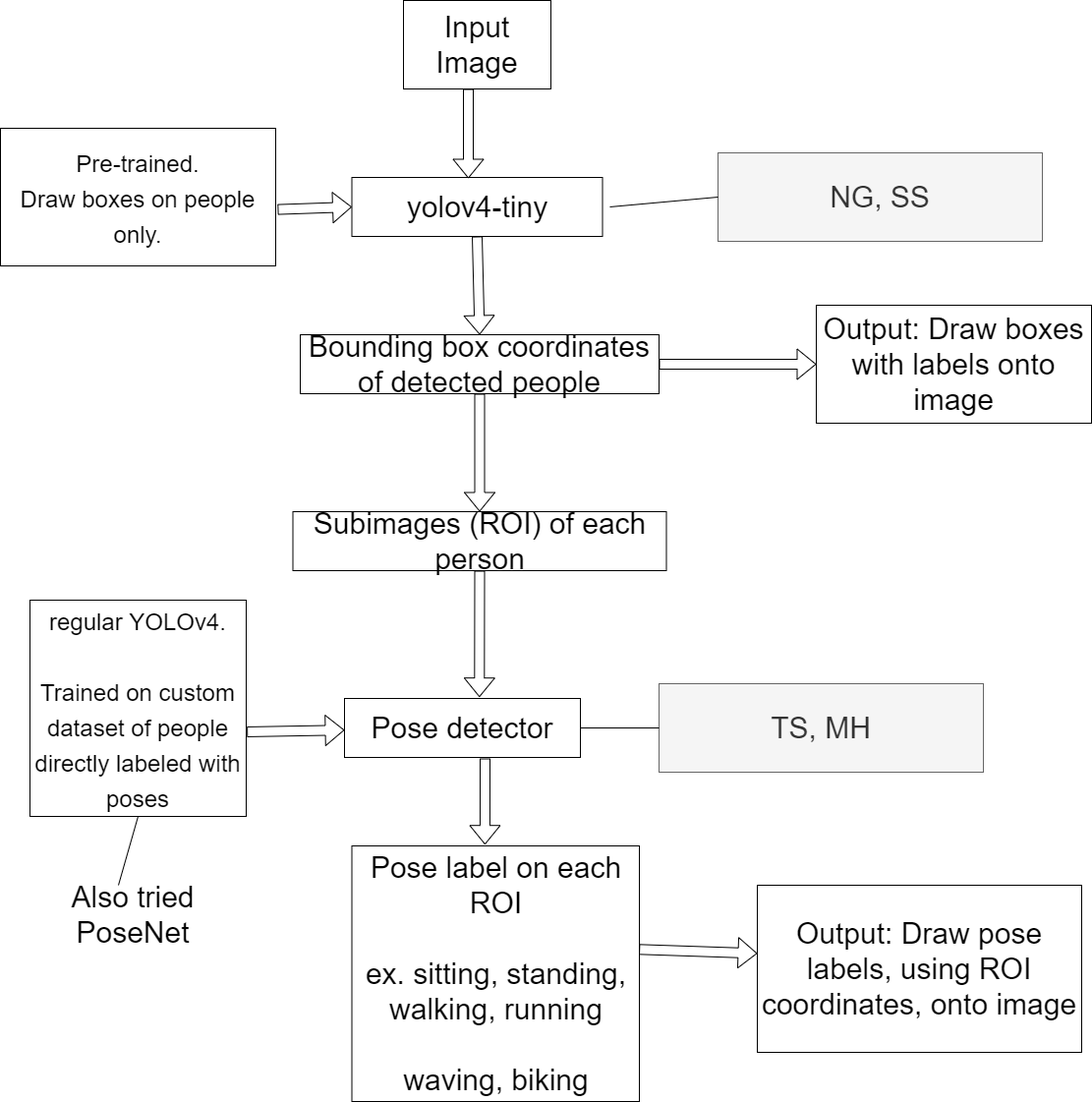
This is architecture-draft-pedestrian-behavior-analysis.png from tajsandhu/CMPE_258_Group_Project, a draw.io export, as it was before one commit. Source tidied: cells renumbered, new cells last; positions are measured from the earlier drawing's top-left corner, leaving out a move shared by most shapes. Its diagram source:
```xml
<mxGraphModel>
  <root>
    <mxCell id="0" />
    <mxCell id="1" parent="0" />
    <mxCell id="2" value="Input Image" style="rounded=0;whiteSpace=wrap;html=1;fontSize=30;" parent="1" vertex="1">
      <mxGeometry x="410" width="150" height="90" as="geometry" />
    </mxCell>
    <mxCell id="3" value="&lt;span style=&quot;font-size: 30px&quot;&gt;yolov4-tiny&lt;br&gt;&lt;/span&gt;" style="rounded=0;whiteSpace=wrap;html=1;" parent="1" vertex="1">
      <mxGeometry x="357.5" y="180" width="255" height="60" as="geometry" />
    </mxCell>
    <mxCell id="4" value="&lt;font style=&quot;font-size: 24px&quot;&gt;Pre-trained.&lt;br&gt;Draw boxes on people only.&lt;br&gt;&lt;/font&gt;" style="rounded=0;whiteSpace=wrap;html=1;fontSize=30;" parent="1" vertex="1">
      <mxGeometry y="130" width="280" height="140" as="geometry" />
    </mxCell>
    <mxCell id="5" value="Bounding box coordinates of detected people" style="rounded=0;whiteSpace=wrap;html=1;fontSize=30;" parent="1" vertex="1">
      <mxGeometry x="305" y="340" width="365" height="60" as="geometry" />
    </mxCell>
    <mxCell id="6" value="Subimages (ROI) of each person" style="rounded=0;whiteSpace=wrap;html=1;fontSize=30;" parent="1" vertex="1">
      <mxGeometry x="297.5" y="520" width="380" height="60" as="geometry" />
    </mxCell>
    <mxCell id="7" value="Output: Draw boxes with labels onto image" style="rounded=0;whiteSpace=wrap;html=1;fontSize=30;" parent="1" vertex="1">
      <mxGeometry x="830" y="310" width="280" height="120" as="geometry" />
    </mxCell>
    <mxCell id="8" value="Pose detector" style="rounded=0;whiteSpace=wrap;html=1;fontSize=30;" parent="1" vertex="1">
      <mxGeometry x="350" y="710" width="240" height="60" as="geometry" />
    </mxCell>
    <mxCell id="9" style="shape=flexArrow;endArrow=classic;html=1;fontSize=30;entryX=0.5;entryY=0;entryDx=0;entryDy=0;exitX=0.5;exitY=1;exitDx=0;exitDy=0;" parent="1" edge="1" source="3" target="5">
      <mxGeometry relative="1" as="geometry" />
    </mxCell>
    <mxCell id="10" style="shape=flexArrow;endArrow=classic;html=1;fontSize=30;entryX=0;entryY=0.5;entryDx=0;entryDy=0;exitX=1.007;exitY=0.59;exitDx=0;exitDy=0;exitPerimeter=0;" parent="1" edge="1" source="4" target="3">
      <mxGeometry relative="1" as="geometry" />
    </mxCell>
    <mxCell id="11" style="shape=flexArrow;endArrow=classic;html=1;fontSize=30;" parent="1" edge="1">
      <mxGeometry relative="1" as="geometry">
        <mxPoint x="476" y="90" as="sourcePoint" />
        <mxPoint x="476" y="181" as="targetPoint" />
      </mxGeometry>
    </mxCell>
    <mxCell id="12" style="shape=flexArrow;endArrow=classic;html=1;fontSize=30;entryX=0.5;entryY=0;entryDx=0;entryDy=0;exitX=0.5;exitY=1;exitDx=0;exitDy=0;" parent="1" edge="1" source="5" target="6">
      <mxGeometry relative="1" as="geometry" />
    </mxCell>
    <mxCell id="13" style="shape=flexArrow;endArrow=classic;html=1;fontSize=30;exitX=0.5;exitY=1;exitDx=0;exitDy=0;entryX=0.572;entryY=-0.022;entryDx=0;entryDy=0;entryPerimeter=0;" parent="1" edge="1" source="6" target="8">
      <mxGeometry relative="1" as="geometry" />
    </mxCell>
    <mxCell id="14" style="shape=flexArrow;endArrow=classic;html=1;fontSize=30;entryX=0;entryY=0.5;entryDx=0;entryDy=0;" parent="1" edge="1" target="7">
      <mxGeometry relative="1" as="geometry">
        <mxPoint x="670" y="370" as="sourcePoint" />
      </mxGeometry>
    </mxCell>
    <mxCell id="15" value="&lt;font style=&quot;font-size: 24px&quot;&gt;regular YOLOv4.&lt;br&gt;&lt;br&gt;Trained on custom dataset of people directly labeled with poses&lt;br&gt;&lt;/font&gt;" style="rounded=0;whiteSpace=wrap;html=1;fontSize=30;" parent="1" vertex="1">
      <mxGeometry x="30" y="610" width="220" height="220" as="geometry" />
    </mxCell>
    <mxCell id="16" style="shape=flexArrow;endArrow=classic;html=1;fontSize=30;exitX=1.003;exitY=0.609;exitDx=0;exitDy=0;exitPerimeter=0;" parent="1" edge="1" source="15" target="8">
      <mxGeometry relative="1" as="geometry" />
    </mxCell>
    <mxCell id="17" value="Also tried PoseNet" style="text;html=1;strokeColor=none;fillColor=none;align=center;verticalAlign=middle;whiteSpace=wrap;rounded=0;fontSize=30;" parent="1" vertex="1">
      <mxGeometry x="40" y="890" width="190" height="80" as="geometry" />
    </mxCell>
    <mxCell id="18" value="Pose label on each ROI&lt;br&gt;&lt;br&gt;ex. sitting, standing, walking, running&lt;br&gt;&lt;br&gt;waving, biking" style="rounded=0;whiteSpace=wrap;html=1;fontSize=30;" parent="1" vertex="1">
      <mxGeometry x="357.5" y="860" width="292.5" height="260" as="geometry" />
    </mxCell>
    <mxCell id="19" style="shape=flexArrow;endArrow=classic;html=1;fontSize=30;entryX=0.463;entryY=-0.005;entryDx=0;entryDy=0;entryPerimeter=0;" parent="1" edge="1" target="18">
      <mxGeometry relative="1" as="geometry">
        <mxPoint x="493" y="771" as="sourcePoint" />
      </mxGeometry>
    </mxCell>
    <mxCell id="20" value="Output: Draw pose labels, using ROI coordinates, onto image" style="rounded=0;whiteSpace=wrap;html=1;fontSize=30;" parent="1" vertex="1">
      <mxGeometry x="770" y="900" width="330" height="170" as="geometry" />
    </mxCell>
    <mxCell id="21" style="shape=flexArrow;endArrow=classic;html=1;fontSize=30;exitX=0.999;exitY=0.405;exitDx=0;exitDy=0;exitPerimeter=0;entryX=0;entryY=0.408;entryDx=0;entryDy=0;entryPerimeter=0;" parent="1" edge="1" source="18" target="20">
      <mxGeometry relative="1" as="geometry" />
    </mxCell>
    <mxCell id="22" style="endArrow=none;html=1;entryX=0.5;entryY=1;entryDx=0;entryDy=0;" parent="1" edge="1" target="15">
      <mxGeometry relative="1" as="geometry">
        <mxPoint x="120" y="900" as="sourcePoint" />
      </mxGeometry>
    </mxCell>
    <mxCell id="23" value="&lt;font style=&quot;font-size: 30px&quot;&gt;NG, SS&lt;/font&gt;" style="text;html=1;strokeColor=#666666;fillColor=#f5f5f5;align=center;verticalAlign=middle;whiteSpace=wrap;rounded=0;fontColor=#333333;" parent="1" vertex="1">
      <mxGeometry x="730" y="155" width="330" height="90" as="geometry" />
    </mxCell>
    <mxCell id="24" value="&lt;font style=&quot;font-size: 30px&quot;&gt;TS, MH&lt;/font&gt;" style="text;html=1;align=center;verticalAlign=middle;whiteSpace=wrap;rounded=0;fillColor=#f5f5f5;strokeColor=#666666;fontColor=#333333;" parent="1" vertex="1">
      <mxGeometry x="670" y="695" width="330" height="90" as="geometry" />
    </mxCell>
    <mxCell id="25" style="endArrow=none;html=1;entryX=0;entryY=0.5;entryDx=0;entryDy=0;exitX=1;exitY=0.5;exitDx=0;exitDy=0;" parent="1" edge="1" source="8" target="24">
      <mxGeometry relative="1" as="geometry" />
    </mxCell>
    <mxCell id="26" style="endArrow=none;html=1;entryX=0;entryY=0.5;entryDx=0;entryDy=0;" parent="1" edge="1" target="23">
      <mxGeometry relative="1" as="geometry">
        <mxPoint x="620" y="210" as="sourcePoint" />
      </mxGeometry>
    </mxCell>
  </root>
</mxGraphModel>
```
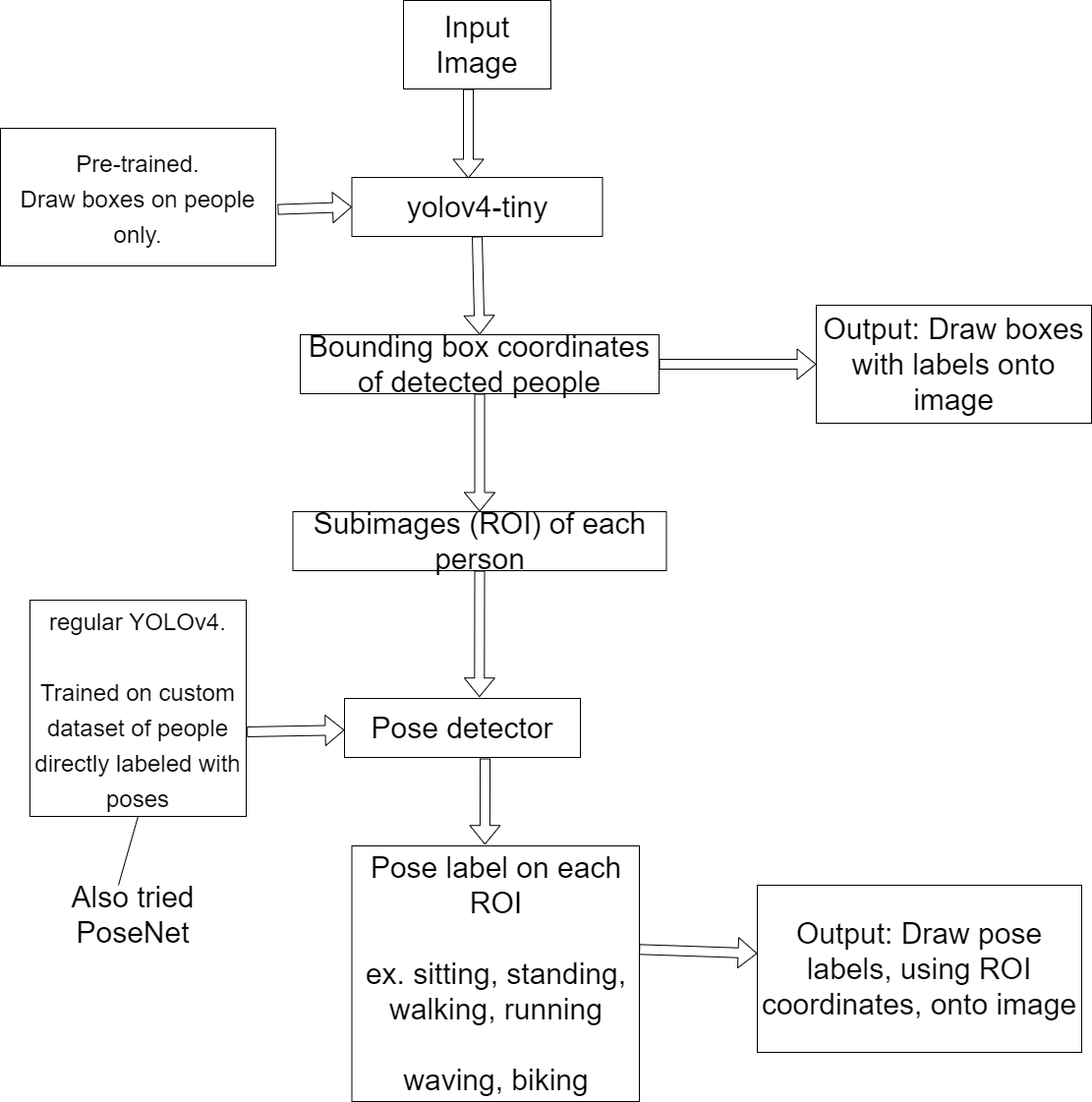
Later version of the same file.

The edit, as a diff of the source:
```diff
@@ -74,19 +74,5 @@
         <mxPoint x="120" y="900" as="sourcePoint" />
       </mxGeometry>
     </mxCell>
-    <mxCell id="23" value="&lt;font style=&quot;font-size: 30px&quot;&gt;NG, SS&lt;/font&gt;" style="text;html=1;strokeColor=#666666;fillColor=#f5f5f5;align=center;verticalAlign=middle;whiteSpace=wrap;rounded=0;fontColor=#333333;" parent="1" vertex="1">
-      <mxGeometry x="730" y="155" width="330" height="90" as="geometry" />
-    </mxCell>
-    <mxCell id="24" value="&lt;font style=&quot;font-size: 30px&quot;&gt;TS, MH&lt;/font&gt;" style="text;html=1;align=center;verticalAlign=middle;whiteSpace=wrap;rounded=0;fillColor=#f5f5f5;strokeColor=#666666;fontColor=#333333;" parent="1" vertex="1">
-      <mxGeometry x="670" y="695" width="330" height="90" as="geometry" />
-    </mxCell>
-    <mxCell id="25" style="endArrow=none;html=1;entryX=0;entryY=0.5;entryDx=0;entryDy=0;exitX=1;exitY=0.5;exitDx=0;exitDy=0;" parent="1" edge="1" source="8" target="24">
-      <mxGeometry relative="1" as="geometry" />
-    </mxCell>
-    <mxCell id="26" style="endArrow=none;html=1;entryX=0;entryY=0.5;entryDx=0;entryDy=0;" parent="1" edge="1" target="23">
-      <mxGeometry relative="1" as="geometry">
-        <mxPoint x="620" y="210" as="sourcePoint" />
-      </mxGeometry>
-    </mxCell>
   </root>
 </mxGraphModel>
```
